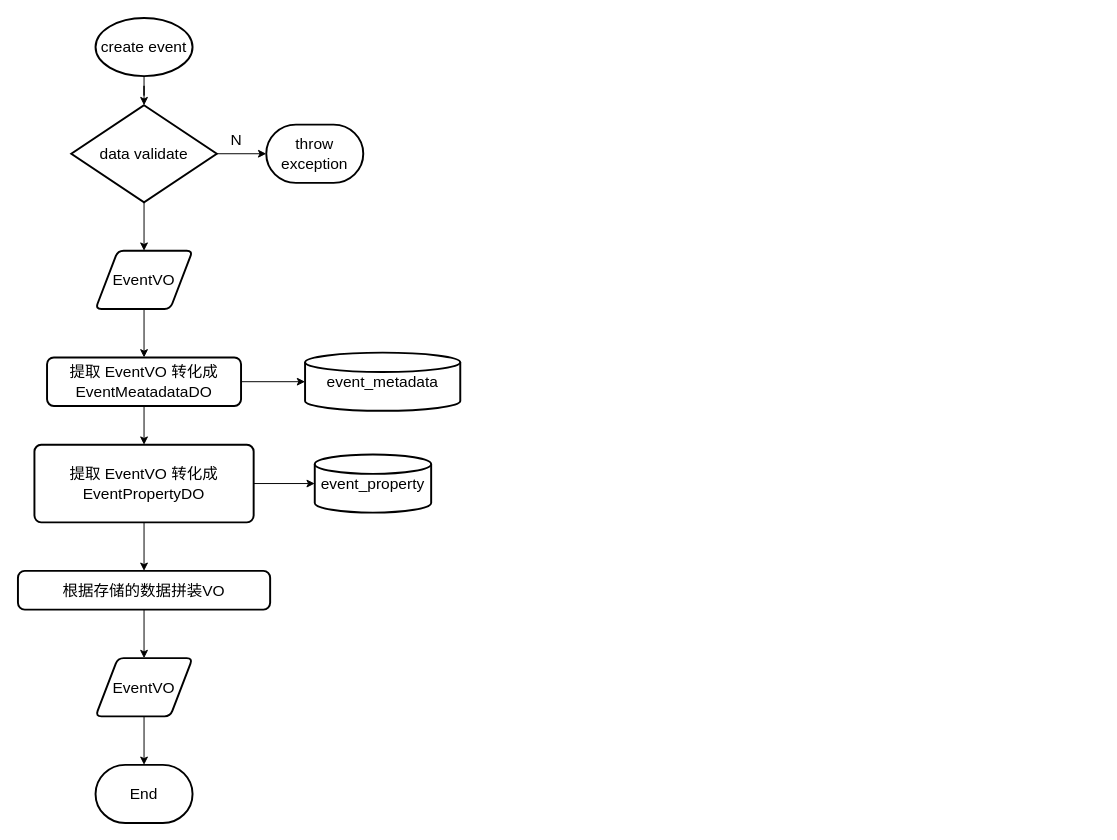
Before: page "Page-1" (1 of 2) of 事件中心/创建事件流程图.drawio in NeverMore93/draw, a draw.io diagram. Source tidied: cells renumbered, new cells numbered last; positions are measured from the earlier drawing's top-left corner, leaving out a move shared by most shapes. Both pictures are drawn from the tidied source at 97%, with x=0, y=0 at pixel (17, 17).
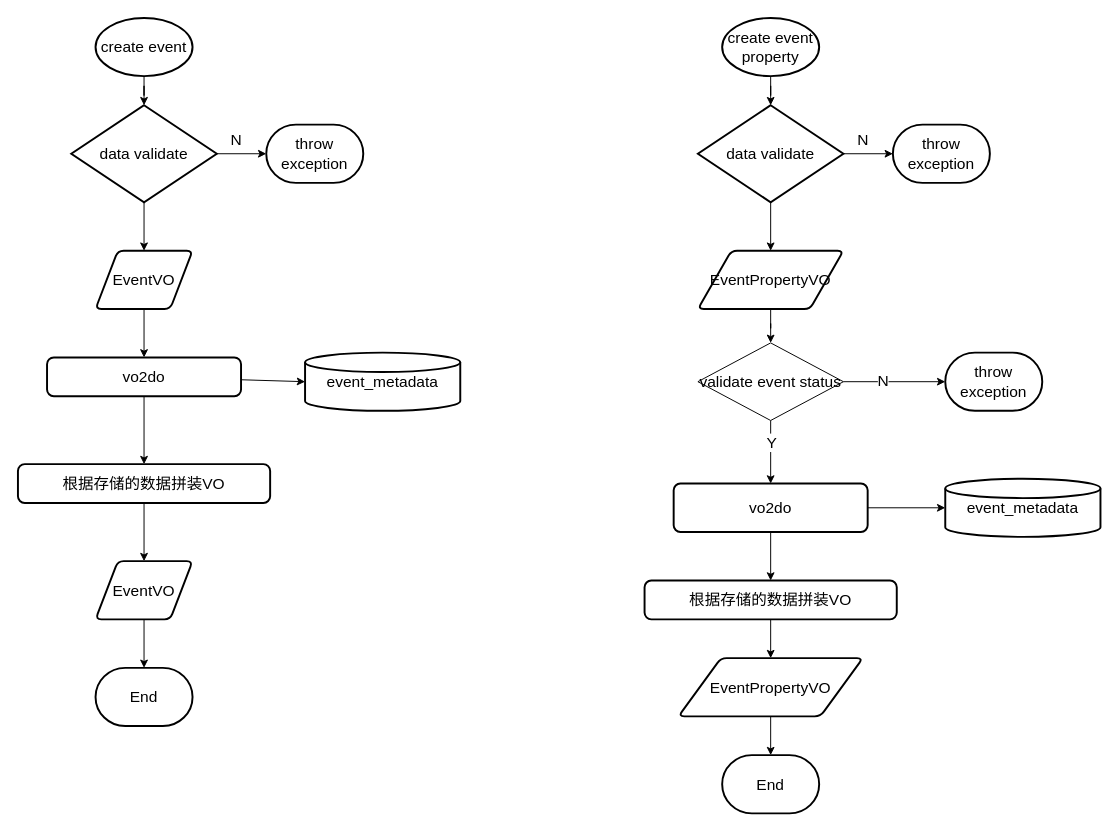
The same page after the edit.

Commit message:
更新创建事件流程图.drawio

Diff of the diagram source:
```diff
@@
-    <mxCell id="12" style="edgeStyle=none;rounded=0;jettySize=auto;html=1;entryX=0.5;entryY=0;entryDx=0;entryDy=0;fontSize=16;" parent="1" edge="1" source="13" target="17">
-      <mxGeometry relative="1" as="geometry" />
-    </mxCell>
+    <mxCell id="24" style="edgeStyle=orthogonalEdgeStyle;rounded=0;jettySize=auto;html=1;entryX=0.5;entryY=0;entryDx=0;entryDy=0;" parent="1" edge="1" source="13" target="20">
+      <mxGeometry relative="1" as="geometry" />
+    </mxCell>
-    <mxCell id="13" value="提取 EventVO 转化成 EventMeatadataDO" style="rounded=1;whiteSpace=wrap;html=1;absoluteArcSize=1;arcSize=14;strokeWidth=2;fontSize=16;" parent="1" vertex="1">
-      <mxGeometry x="30" y="350" width="200" height="50" as="geometry" />
+    <mxCell id="13" value="vo2do" style="rounded=1;whiteSpace=wrap;html=1;absoluteArcSize=1;arcSize=14;strokeWidth=2;fontSize=16;" parent="1" vertex="1">
+      <mxGeometry x="30" y="350" width="200" height="40" as="geometry" />
     </mxCell>
@@
-    <mxCell id="15" style="edgeStyle=none;rounded=0;jettySize=auto;html=1;entryX=0;entryY=0.5;entryDx=0;entryDy=0;entryPerimeter=0;fontSize=16;" parent="1" edge="1" source="17" target="18">
-      <mxGeometry relative="1" as="geometry" />
-    </mxCell>
-    <mxCell id="16" style="edgeStyle=none;rounded=0;jettySize=auto;html=1;entryX=0.5;entryY=0;entryDx=0;entryDy=0;fontSize=16;" parent="1" edge="1" source="17" target="20">
-      <mxGeometry relative="1" as="geometry" />
-    </mxCell>
-    <mxCell id="17" value="提取 EventVO 转化成 EventPropertyDO" style="rounded=1;whiteSpace=wrap;html=1;absoluteArcSize=1;arcSize=14;strokeWidth=2;fontSize=16;" parent="1" vertex="1">
-      <mxGeometry x="17" y="440" width="226" height="80" as="geometry" />
-    </mxCell>
-    <mxCell id="18" value="event_property" style="strokeWidth=2;html=1;shape=mxgraph.flowchart.database;whiteSpace=wrap;fontSize=16;" parent="1" vertex="1">
-      <mxGeometry x="306" y="450" width="120" height="60" as="geometry" />
-    </mxCell>
@@
     <mxCell id="20" value="根据存储的数据拼装VO" style="rounded=1;whiteSpace=wrap;html=1;absoluteArcSize=1;arcSize=14;strokeWidth=2;fontSize=16;" parent="1" vertex="1">
-      <mxGeometry y="570" width="260" height="40" as="geometry" />
+      <mxGeometry y="460" width="260" height="40" as="geometry" />
     </mxCell>
@@
     <mxCell id="22" value="EventVO" style="shape=parallelogram;html=1;strokeWidth=2;perimeter=parallelogramPerimeter;whiteSpace=wrap;rounded=1;arcSize=12;size=0.23;fontSize=16;" parent="1" vertex="1">
-      <mxGeometry x="80" y="660" width="100" height="60" as="geometry" />
+      <mxGeometry x="80" y="560" width="100" height="60" as="geometry" />
     </mxCell>
     <mxCell id="23" value="End" style="strokeWidth=2;html=1;shape=mxgraph.flowchart.terminator;whiteSpace=wrap;fontSize=16;" parent="1" vertex="1">
-      <mxGeometry x="80" y="770" width="100" height="60" as="geometry" />
+      <mxGeometry x="80" y="670" width="100" height="60" as="geometry" />
     </mxCell>
+    <mxCell id="25" style="edgeStyle=orthogonalEdgeStyle;rounded=0;jettySize=auto;html=1;entryX=0.5;entryY=0;entryDx=0;entryDy=0;entryPerimeter=0;" parent="1" edge="1" source="26" target="29">
+      <mxGeometry relative="1" as="geometry" />
+    </mxCell>
+    <mxCell id="26" value="create event property" style="strokeWidth=2;html=1;shape=mxgraph.flowchart.start_1;whiteSpace=wrap;fontSize=16;" parent="1" vertex="1">
+      <mxGeometry x="726" width="100" height="60" as="geometry" />
+    </mxCell>
+    <mxCell id="27" style="edgeStyle=orthogonalEdgeStyle;rounded=0;jettySize=auto;html=1;entryX=0;entryY=0.5;entryDx=0;entryDy=0;entryPerimeter=0;" parent="1" edge="1" source="29" target="31">
+      <mxGeometry relative="1" as="geometry" />
+    </mxCell>
+    <mxCell id="28" style="rounded=0;jettySize=auto;html=1;entryX=0.5;entryY=0;entryDx=0;entryDy=0;fontSize=16;" parent="1" edge="1" source="29" target="33">
+      <mxGeometry relative="1" as="geometry" />
+    </mxCell>
+    <mxCell id="29" value="data validate" style="strokeWidth=2;html=1;shape=mxgraph.flowchart.decision;whiteSpace=wrap;fontSize=16;" parent="1" vertex="1">
+      <mxGeometry x="701" y="90" width="150" height="100" as="geometry" />
+    </mxCell>
+    <mxCell id="30" value="N" style="text;html=1;align=center;verticalAlign=middle;strokeColor=none;fillColor=none;fontSize=16;" parent="1" vertex="1">
+      <mxGeometry x="851" y="110" width="40" height="30" as="geometry" />
+    </mxCell>
+    <mxCell id="31" value="throw exception" style="strokeWidth=2;html=1;shape=mxgraph.flowchart.terminator;whiteSpace=wrap;fontSize=16;" parent="1" vertex="1">
+      <mxGeometry x="902" y="110" width="100" height="60" as="geometry" />
+    </mxCell>
+    <mxCell id="32" style="edgeStyle=orthogonalEdgeStyle;rounded=0;jettySize=auto;html=1;entryX=0.5;entryY=0;entryDx=0;entryDy=0;fontSize=16;" parent="1" edge="1" source="33" target="47">
+      <mxGeometry relative="1" as="geometry" />
+    </mxCell>
+    <mxCell id="33" value="EventPropertyVO" style="shape=parallelogram;html=1;strokeWidth=2;perimeter=parallelogramPerimeter;whiteSpace=wrap;rounded=1;arcSize=12;size=0.23;fontSize=16;" parent="1" vertex="1">
+      <mxGeometry x="701" y="240" width="150" height="60" as="geometry" />
+    </mxCell>
+    <mxCell id="34" style="edgeStyle=none;rounded=0;jettySize=auto;html=1;entryX=0;entryY=0.5;entryDx=0;entryDy=0;entryPerimeter=0;fontSize=16;" parent="1" edge="1" source="36" target="37">
+      <mxGeometry relative="1" as="geometry" />
+    </mxCell>
+    <mxCell id="35" style="edgeStyle=orthogonalEdgeStyle;rounded=0;jettySize=auto;html=1;entryX=0.5;entryY=0;entryDx=0;entryDy=0;fontSize=16;" parent="1" edge="1" source="36" target="39">
+      <mxGeometry relative="1" as="geometry" />
+    </mxCell>
+    <mxCell id="36" value="vo2do" style="rounded=1;whiteSpace=wrap;html=1;absoluteArcSize=1;arcSize=14;strokeWidth=2;fontSize=16;" parent="1" vertex="1">
+      <mxGeometry x="676" y="480" width="200" height="50" as="geometry" />
+    </mxCell>
+    <mxCell id="37" value="event_metadata" style="strokeWidth=2;html=1;shape=mxgraph.flowchart.database;whiteSpace=wrap;fontSize=16;" parent="1" vertex="1">
+      <mxGeometry x="956" y="475" width="160" height="60" as="geometry" />
+    </mxCell>
+    <mxCell id="38" style="edgeStyle=none;rounded=0;jettySize=auto;html=1;entryX=0.5;entryY=0;entryDx=0;entryDy=0;fontSize=16;" parent="1" edge="1" source="39" target="41">
+      <mxGeometry relative="1" as="geometry" />
+    </mxCell>
+    <mxCell id="39" value="根据存储的数据拼装VO" style="rounded=1;whiteSpace=wrap;html=1;absoluteArcSize=1;arcSize=14;strokeWidth=2;fontSize=16;" parent="1" vertex="1">
+      <mxGeometry x="646" y="580" width="260" height="40" as="geometry" />
+    </mxCell>
+    <mxCell id="40" style="edgeStyle=none;rounded=0;jettySize=auto;html=1;entryX=0.5;entryY=0;entryDx=0;entryDy=0;entryPerimeter=0;fontSize=16;" parent="1" edge="1" source="41" target="42">
+      <mxGeometry relative="1" as="geometry" />
+    </mxCell>
+    <mxCell id="41" value="EventPropertyVO" style="shape=parallelogram;html=1;strokeWidth=2;perimeter=parallelogramPerimeter;whiteSpace=wrap;rounded=1;arcSize=12;size=0.23;fontSize=16;" parent="1" vertex="1">
+      <mxGeometry x="681" y="660" width="190" height="60" as="geometry" />
+    </mxCell>
+    <mxCell id="42" value="End" style="strokeWidth=2;html=1;shape=mxgraph.flowchart.terminator;whiteSpace=wrap;fontSize=16;" parent="1" vertex="1">
+      <mxGeometry x="726" y="760" width="100" height="60" as="geometry" />
+    </mxCell>
+    <mxCell id="43" style="edgeStyle=orthogonalEdgeStyle;rounded=0;jettySize=auto;html=1;entryX=0;entryY=0.5;entryDx=0;entryDy=0;entryPerimeter=0;" parent="1" edge="1" source="47" target="48">
+      <mxGeometry relative="1" as="geometry" />
+    </mxCell>
+    <mxCell id="44" value="N" style="edgeLabel;html=1;align=center;verticalAlign=middle;fontSize=16;" parent="43" vertex="1">
+      <mxGeometry x="-0.24" y="2" relative="1" as="geometry" />
+    </mxCell>
+    <mxCell id="45" style="edgeStyle=orthogonalEdgeStyle;rounded=0;jettySize=auto;html=1;entryX=0.5;entryY=0;entryDx=0;entryDy=0;fontSize=16;" parent="1" edge="1" source="47" target="36">
+      <mxGeometry relative="1" as="geometry" />
+    </mxCell>
+    <mxCell id="46" value="Y" style="edgeLabel;html=1;align=center;verticalAlign=middle;fontSize=16;" parent="45" vertex="1">
+      <mxGeometry x="-0.31" relative="1" as="geometry" />
+    </mxCell>
+    <mxCell id="47" value="&lt;span style=&quot;font-size: 16px;&quot;&gt;validate event status&lt;/span&gt;" style="rhombus;whiteSpace=wrap;html=1;" parent="1" vertex="1">
+      <mxGeometry x="701" y="335" width="150" height="80" as="geometry" />
+    </mxCell>
+    <mxCell id="48" value="throw exception" style="strokeWidth=2;html=1;shape=mxgraph.flowchart.terminator;whiteSpace=wrap;fontSize=16;" parent="1" vertex="1">
+      <mxGeometry x="956" y="345" width="100" height="60" as="geometry" />
+    </mxCell>
```
